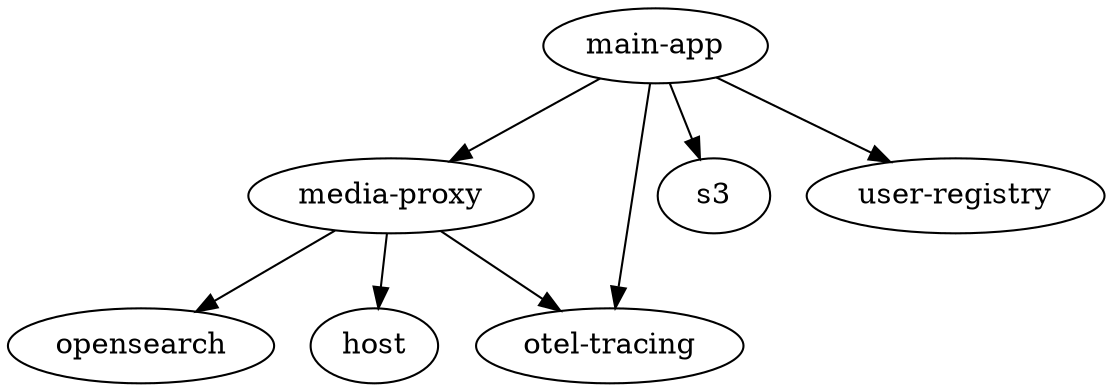
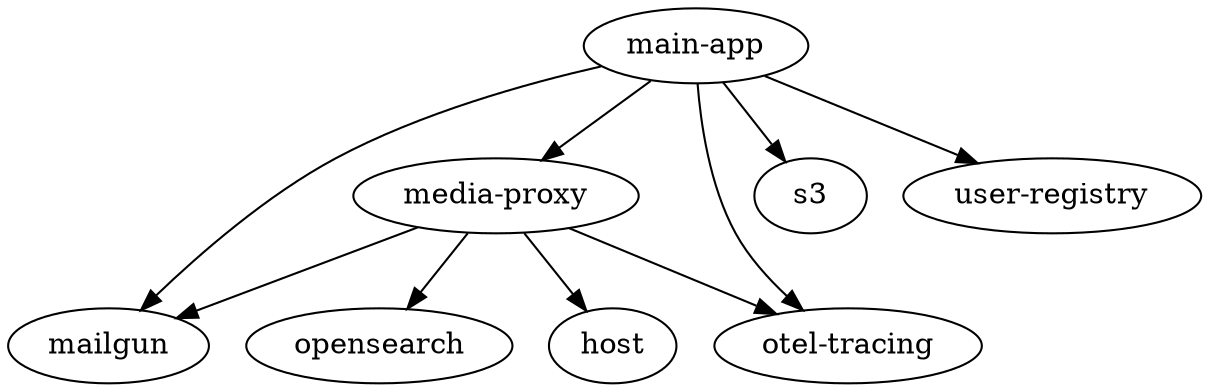
digraph
{
+   "mailgun"
  "main-app"
  "media-proxy"
  "opensearch"
  "otel-tracing"
  "s3"
  "user-registry"
  "host"
+   "main-app" -> "mailgun"
  "main-app" -> "media-proxy"
  "main-app" -> "otel-tracing"
  "main-app" -> "s3"
  "main-app" -> "user-registry"
+   "media-proxy" -> "mailgun"
  "media-proxy" -> "opensearch"
  "media-proxy" -> "otel-tracing"
  "media-proxy" -> "host"
}
